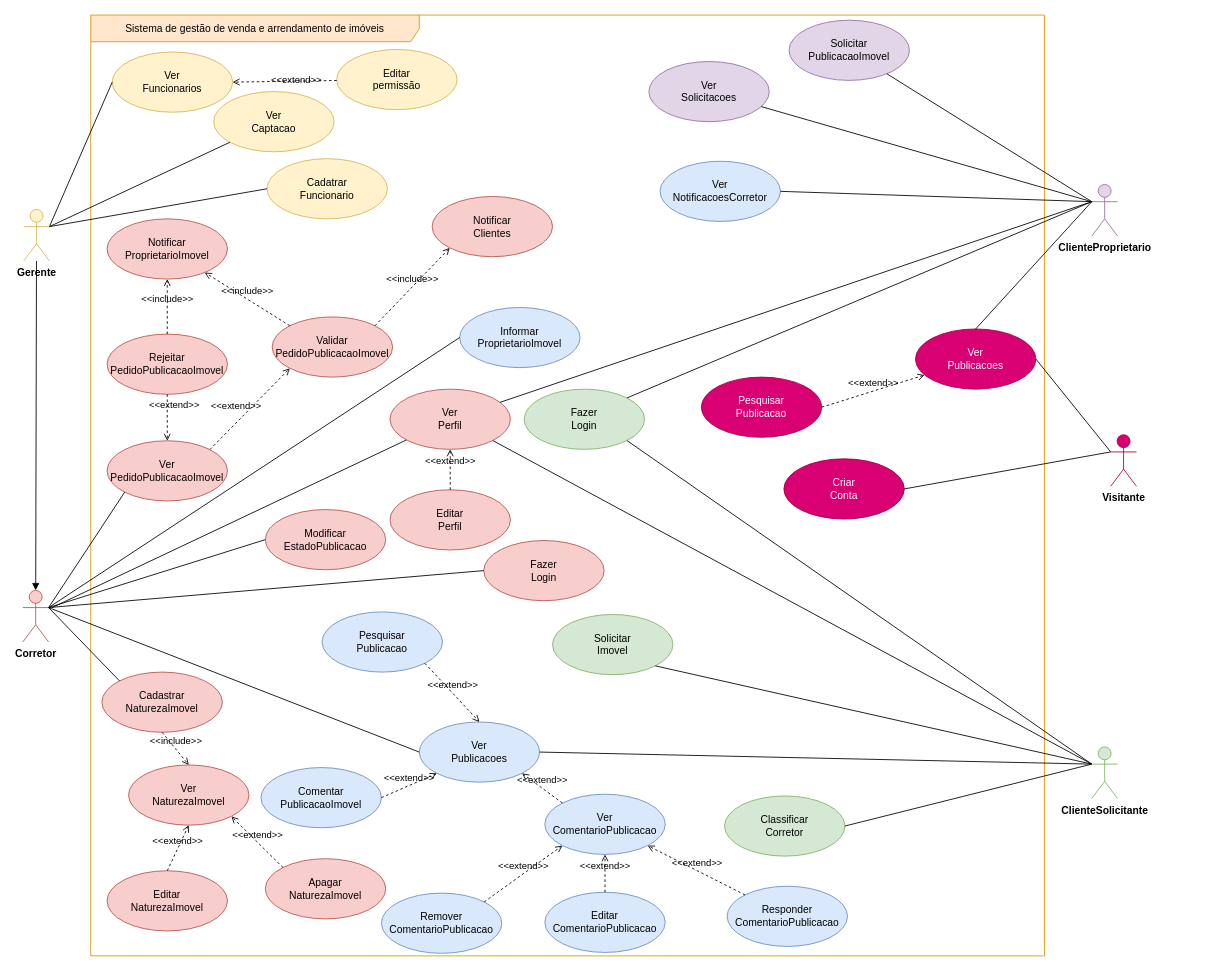
Above: DiagramaDeCasoDeUso.drawio in CedrickMansoni/App-Imobiliaria-Diagramas (draw.io), before the change. Source tidied: cells renumbered, new cells numbered last; positions are measured from the earlier drawing's top-left corner, leaving out a move shared by most shapes. Both pictures are drawn from the tidied source at 86%, with x=0, y=0 at pixel (22, 15).
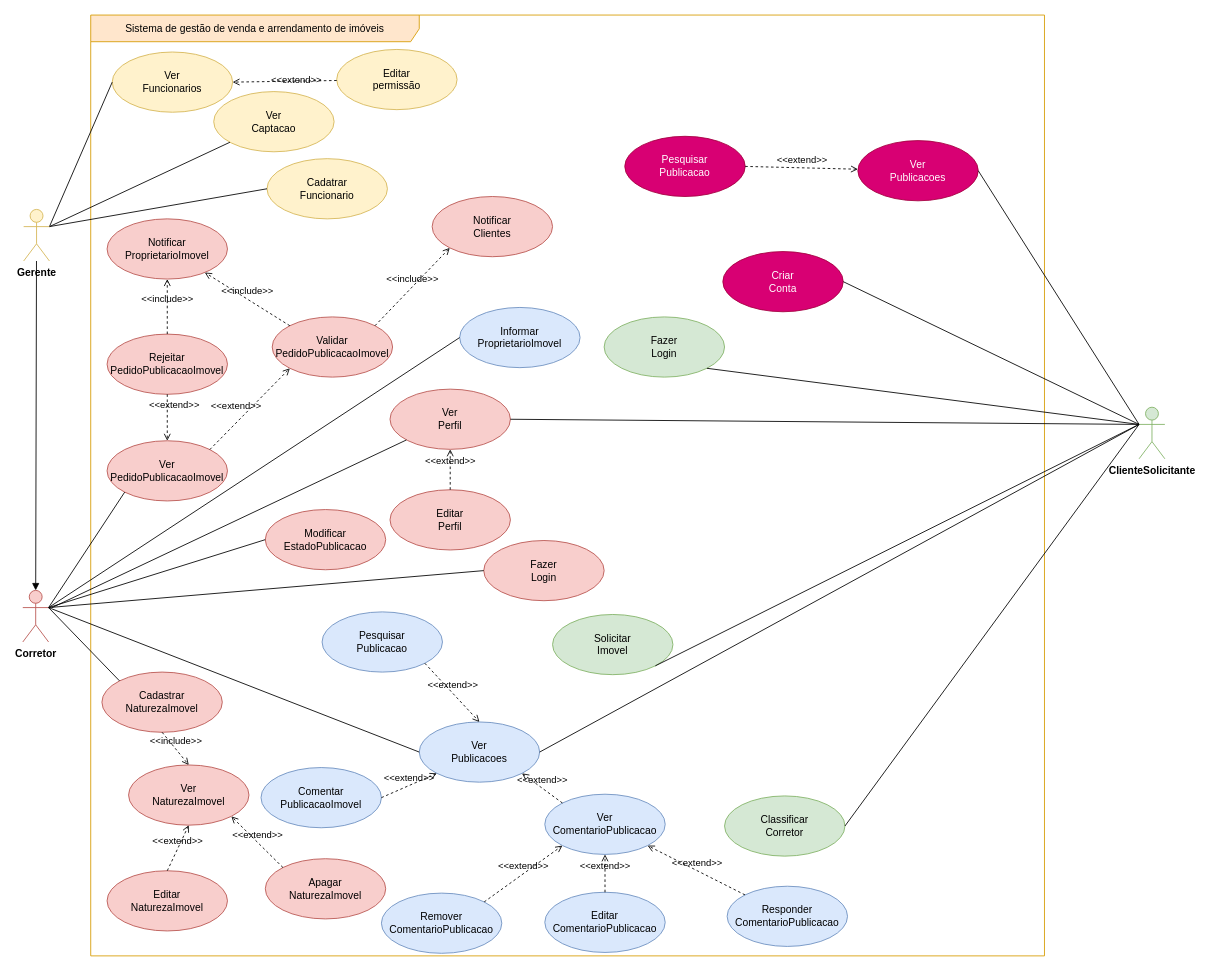
The same page after the edit.

The change refers to these unchanged cells:
```xml
<mxCell id="2" value="Sistema de gestão de venda e arrendamento de imóveis" style="shape=umlFrame;whiteSpace=wrap;html=1;width=382;height=31;fillColor=#ffe6cc;strokeColor=#d79b00;" parent="1" vertex="1">
  <mxGeometry x="79" width="1109" height="1094" as="geometry" />
</mxCell>
<mxCell id="27" value="Ver&lt;div&gt;Perfil&lt;/div&gt;" style="ellipse;whiteSpace=wrap;html=1;fillColor=#f8cecc;strokeColor=#b85450;fontStyle=0;" parent="2" vertex="1">
  <mxGeometry x="348" y="435" width="140" height="70" as="geometry" />
</mxCell>
```

Change to the diagram source:
```diff
@@
     <mxCell id="3" value="Criar&lt;div&gt;Conta&lt;/div&gt;" style="ellipse;whiteSpace=wrap;html=1;fillColor=#d80073;strokeColor=#A50040;fontColor=#ffffff;" parent="2" vertex="1">
-      <mxGeometry x="806" y="516" width="140" height="70" as="geometry" />
+      <mxGeometry x="735" y="275" width="140" height="70" as="geometry" />
     </mxCell>
@@
-    <mxCell id="5" value="Solicitar&lt;div&gt;&lt;span style=&quot;background-color: initial;&quot;&gt;PublicacaoImovel&lt;/span&gt;&lt;/div&gt;" style="ellipse;whiteSpace=wrap;html=1;fillColor=#e1d5e7;strokeColor=#9673a6;" parent="2" vertex="1">
-      <mxGeometry x="812" y="6" width="140" height="70" as="geometry" />
-    </mxCell>
@@
     <mxCell id="7" value="Ver&lt;div&gt;Publicacoes&lt;/div&gt;" style="ellipse;whiteSpace=wrap;html=1;fillColor=#d80073;strokeColor=#A50040;fontColor=#ffffff;" parent="2" vertex="1">
-      <mxGeometry x="959" y="365" width="140" height="70" as="geometry" />
+      <mxGeometry x="892" y="146" width="140" height="70" as="geometry" />
     </mxCell>
-    <mxCell id="8" value="Ver&lt;div&gt;NotificacoesCorretor&lt;/div&gt;" style="ellipse;whiteSpace=wrap;html=1;fillColor=#dae8fc;strokeColor=#6c8ebf;fontStyle=0;" parent="2" vertex="1">
-      <mxGeometry x="662" y="170" width="140" height="70" as="geometry" />
-    </mxCell>
@@
     <mxCell id="19" value="Pesquisar&lt;div&gt;Publicacao&lt;/div&gt;" style="ellipse;whiteSpace=wrap;html=1;fillColor=#d80073;strokeColor=#A50040;fontColor=#ffffff;" parent="2" vertex="1">
-      <mxGeometry x="710" y="421" width="140" height="70" as="geometry" />
+      <mxGeometry x="621" y="141" width="140" height="70" as="geometry" />
     </mxCell>
@@
     <mxCell id="29" value="&lt;span&gt;Fazer&lt;/span&gt;&lt;div&gt;&lt;span&gt;Login&lt;/span&gt;&lt;/div&gt;" style="ellipse;whiteSpace=wrap;html=1;fillColor=#d5e8d4;strokeColor=#82b366;fontStyle=0;" parent="2" vertex="1">
-      <mxGeometry x="504" y="435" width="140" height="70" as="geometry" />
+      <mxGeometry x="597" y="351" width="140" height="70" as="geometry" />
     </mxCell>
@@
-    <mxCell id="52" value="Ver&lt;div&gt;&lt;span style=&quot;background-color: initial;&quot;&gt;Solicitacoes&lt;/span&gt;&lt;/div&gt;" style="ellipse;whiteSpace=wrap;html=1;fillColor=#e1d5e7;strokeColor=#9673a6;" parent="2" vertex="1">
-      <mxGeometry x="649" y="54" width="140" height="70" as="geometry" />
-    </mxCell>
@@
-    <mxCell id="65" style="rounded=0;jettySize=auto;html=1;exitX=0;exitY=0.3333333333333333;exitDx=0;exitDy=0;exitPerimeter=0;endArrow=none;endFill=0;" parent="1" edge="1" source="67" target="5">
-      <mxGeometry relative="1" as="geometry" />
-    </mxCell>
-    <mxCell id="66" style="rounded=0;jettySize=auto;html=1;entryX=1;entryY=0;entryDx=0;entryDy=0;endArrow=none;endFill=0;exitX=0;exitY=0.3333333333333333;exitDx=0;exitDy=0;exitPerimeter=0;" parent="1" edge="1" source="67" target="29">
-      <mxGeometry relative="1" as="geometry" />
-    </mxCell>
-    <mxCell id="67" value="&lt;span style=&quot;font-weight: 700; text-wrap: wrap;&quot;&gt;ClienteProprietario&lt;/span&gt;" style="shape=umlActor;verticalLabelPosition=bottom;verticalAlign=top;html=1;fillColor=#e1d5e7;strokeColor=#9673a6;" parent="1" vertex="1">
-      <mxGeometry x="1243" y="197" width="30" height="60" as="geometry" />
-    </mxCell>
-    <mxCell id="68" style="rounded=0;jettySize=auto;html=1;entryX=1;entryY=0.5;entryDx=0;entryDy=0;exitX=0;exitY=0.3333333333333333;exitDx=0;exitDy=0;exitPerimeter=0;endArrow=none;endFill=0;" parent="1" edge="1" source="67" target="8">
-      <mxGeometry relative="1" as="geometry" />
-    </mxCell>
@@
-    <mxCell id="73" style="rounded=0;jettySize=auto;html=1;entryX=1;entryY=1;entryDx=0;entryDy=0;endArrow=none;endFill=0;exitX=0;exitY=0.3333333333333333;exitDx=0;exitDy=0;exitPerimeter=0;" parent="1" edge="1" source="74" target="27">
+    <mxCell id="73" style="rounded=0;jettySize=auto;html=1;entryX=1;entryY=0.5;entryDx=0;entryDy=0;endArrow=none;endFill=0;exitX=0;exitY=0.3333333333333333;exitDx=0;exitDy=0;exitPerimeter=0;" parent="1" edge="1" source="74" target="27">
       <mxGeometry relative="1" as="geometry" />
     </mxCell>
     <mxCell id="74" value="&lt;span style=&quot;font-weight: 700; text-wrap: wrap;&quot;&gt;ClienteSolicitante&lt;/span&gt;" style="shape=umlActor;verticalLabelPosition=bottom;verticalAlign=top;html=1;fillColor=#d5e8d4;strokeColor=#82b366;" parent="1" vertex="1">
-      <mxGeometry x="1243" y="851" width="30" height="60" as="geometry" />
+      <mxGeometry x="1298" y="456" width="30" height="60" as="geometry" />
     </mxCell>
@@
-    <mxCell id="77" style="rounded=0;jettySize=auto;html=1;exitX=0;exitY=0.3333333333333333;exitDx=0;exitDy=0;exitPerimeter=0;endArrow=none;endFill=0;entryX=0.5;entryY=0;entryDx=0;entryDy=0;" parent="1" edge="1" source="67" target="7">
-      <mxGeometry relative="1" as="geometry" />
-    </mxCell>
-    <mxCell id="78" style="rounded=0;jettySize=auto;html=1;entryX=1;entryY=0.5;entryDx=0;entryDy=0;endArrow=none;endFill=0;exitX=0;exitY=0.3333333333333333;exitDx=0;exitDy=0;exitPerimeter=0;" parent="1" edge="1" source="80" target="7">
+    <mxCell id="78" style="rounded=0;jettySize=auto;html=1;entryX=1;entryY=0.5;entryDx=0;entryDy=0;endArrow=none;endFill=0;exitX=0;exitY=0.3333333333333333;exitDx=0;exitDy=0;exitPerimeter=0;" parent="1" edge="1" source="74" target="7">
       <mxGeometry relative="1" as="geometry" />
     </mxCell>
-    <mxCell id="79" style="rounded=0;jettySize=auto;html=1;entryX=1;entryY=0.5;entryDx=0;entryDy=0;endArrow=none;endFill=0;exitX=0;exitY=0.3333333333333333;exitDx=0;exitDy=0;exitPerimeter=0;" parent="1" edge="1" source="80" target="3">
+    <mxCell id="79" style="rounded=0;jettySize=auto;html=1;entryX=1;entryY=0.5;entryDx=0;entryDy=0;endArrow=none;endFill=0;exitX=0;exitY=0.3333333333333333;exitDx=0;exitDy=0;exitPerimeter=0;" parent="1" edge="1" source="74" target="3">
       <mxGeometry relative="1" as="geometry" />
     </mxCell>
-    <mxCell id="80" value="&lt;span style=&quot;color: rgb(0, 0, 0); font-weight: 700; text-wrap: wrap;&quot;&gt;Visitante&lt;/span&gt;" style="shape=umlActor;verticalLabelPosition=bottom;verticalAlign=top;html=1;outlineConnect=0;fillColor=#d80073;fontColor=#ffffff;strokeColor=#A50040;" parent="1" vertex="1">
-      <mxGeometry x="1265" y="488" width="30" height="60" as="geometry" />
-    </mxCell>
-    <mxCell id="81" style="rounded=0;jettySize=auto;html=1;entryX=0;entryY=0.3333333333333333;entryDx=0;entryDy=0;entryPerimeter=0;endArrow=none;endFill=0;" parent="1" edge="1" source="27" target="67">
-      <mxGeometry relative="1" as="geometry" />
-    </mxCell>
-    <mxCell id="82" style="rounded=0;jettySize=auto;html=1;exitX=0;exitY=0.3333333333333333;exitDx=0;exitDy=0;exitPerimeter=0;endArrow=none;endFill=0;" parent="1" edge="1" source="67" target="52">
-      <mxGeometry relative="1" as="geometry" />
-    </mxCell>
```
